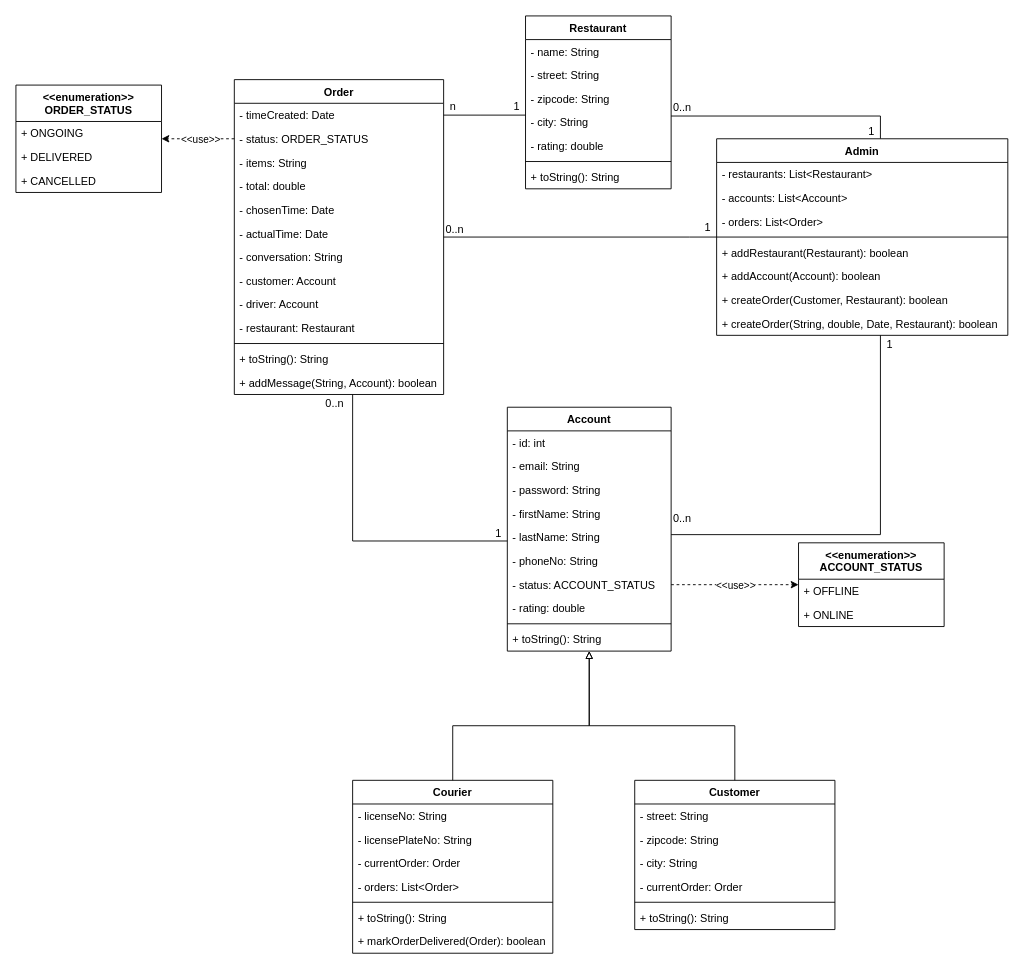
The draw.io diagram page "UML" (2 of 4) of doc/Takeaway ERD 1.0.drawio in AntiCare/TakeAwayProject, before the edit. Source tidied: cells renumbered, new cells numbered last; positions are measured from the earlier drawing's top-left corner, leaving out a move shared by most shapes. Both pictures are drawn from the tidied source at 91%, with x=0, y=0 at pixel (15, 15).
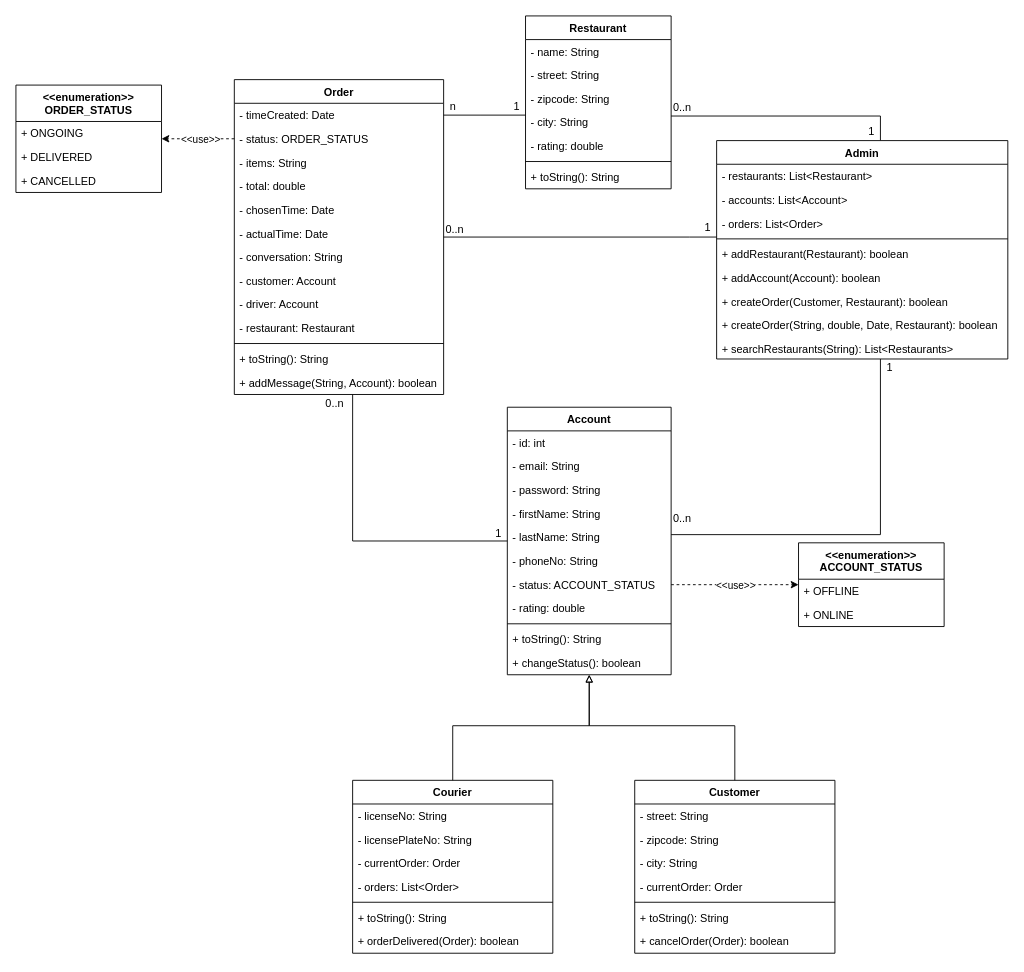
Above is the later version.

Unchanged cells that the change refers to:
```xml
<mxCell id="27" style="group;" parent="1" vertex="1">
  <mxGeometry x="370" y="430" width="650" height="548" as="geometry" />
</mxCell>
<mxCell id="28" style="group;" parent="27" vertex="1">
  <mxGeometry y="410" width="530" height="138" as="geometry" />
</mxCell>
<mxCell id="36" value="Courier" style="swimlane;fontStyle=1;align=center;verticalAlign=top;horizontal=1;startSize=26;" parent="28" vertex="1">
  <mxGeometry width="220" height="190" as="geometry" />
</mxCell>
```

Change to the diagram source:
```diff
@@
     <mxCell id="29" value="Customer" style="swimlane;fontStyle=1;align=center;verticalAlign=top;horizontal=1;startSize=26;" parent="28" vertex="1">
-      <mxGeometry x="310" width="220" height="164" as="geometry" />
+      <mxGeometry x="310" width="220" height="190" as="geometry" />
     </mxCell>
@@
+    <mxCell id="90" value="+ cancelOrder(Order): boolean" style="text;strokeColor=none;fillColor=none;align=left;verticalAlign=top;spacingLeft=4;spacingRight=4;overflow=hidden;" parent="29" vertex="1">
+      <mxGeometry y="164" width="220" height="26" as="geometry" />
+    </mxCell>
@@
-    <mxCell id="43" value="+ markOrderDelivered(Order): boolean" style="text;strokeColor=none;fillColor=none;align=left;verticalAlign=top;spacingLeft=4;spacingRight=4;overflow=hidden;" parent="36" vertex="1">
+    <mxCell id="43" value="+ orderDelivered(Order): boolean" style="text;strokeColor=none;fillColor=none;align=left;verticalAlign=top;spacingLeft=4;spacingRight=4;overflow=hidden;" parent="36" vertex="1">
       <mxGeometry y="164" width="220" height="26" as="geometry" />
     </mxCell>
     <mxCell id="44" value="Account" style="swimlane;fontStyle=1;align=center;verticalAlign=top;horizontal=1;startSize=26;" parent="27" vertex="1">
-      <mxGeometry x="170" width="180" height="268" as="geometry" />
+      <mxGeometry x="170" width="180" height="294" as="geometry" />
     </mxCell>
@@
+    <mxCell id="91" value="+ changeStatus(): boolean" style="text;strokeColor=none;fillColor=none;align=left;verticalAlign=top;spacingLeft=4;spacingRight=4;overflow=hidden;" parent="44" vertex="1">
+      <mxGeometry y="268" width="180" height="26" as="geometry" />
+    </mxCell>
@@
     <mxCell id="78" value="1" style="text;html=1;align=center;verticalAlign=middle;" parent="1" vertex="1">
-      <mxGeometry x="950" y="351" width="20" height="20" as="geometry" />
+      <mxGeometry x="950" y="377" width="20" height="20" as="geometry" />
     </mxCell>
@@
     <mxCell id="81" value="Admin" style="swimlane;fontStyle=1;align=center;verticalAlign=top;horizontal=1;startSize=26;" parent="1" vertex="1">
-      <mxGeometry x="770" y="135" width="320" height="216" as="geometry" />
+      <mxGeometry x="770" y="137" width="320" height="240" as="geometry" />
     </mxCell>
@@
+    <mxCell id="92" value="+ searchRestaurants(String): List&lt;Restaurants&gt;" style="text;strokeColor=none;fillColor=none;align=left;verticalAlign=top;spacingLeft=4;spacingRight=4;overflow=hidden;" parent="81" vertex="1">
+      <mxGeometry y="216" width="320" height="24" as="geometry" />
+    </mxCell>
```
